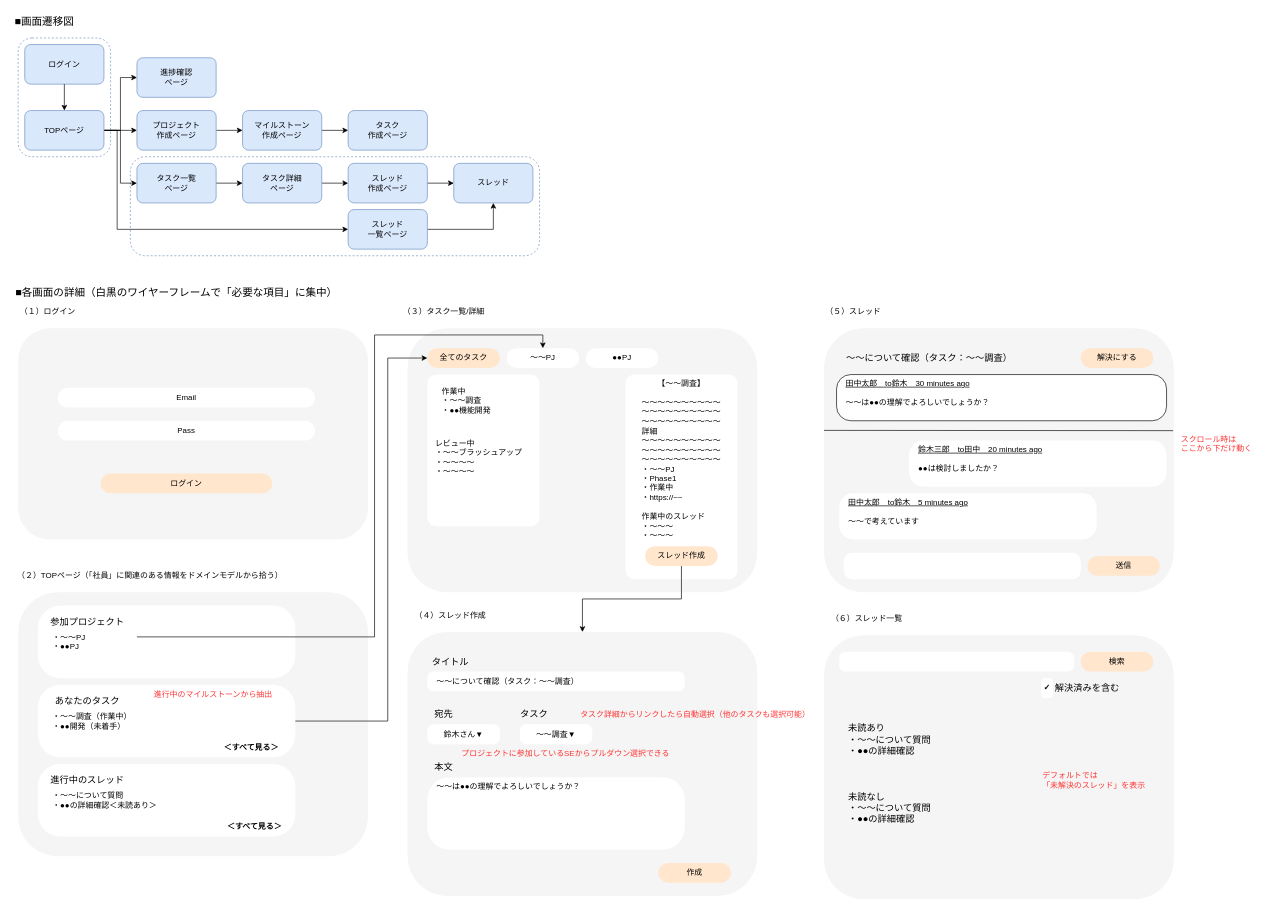
1nanako2/youkenPractice keeps this draw.io diagram as page "画面遷移図" (1 of 2) of 基本設計.drawio. Above is the earlier version. Source tidied: cells renumbered, new cells numbered last; positions are measured from the earlier drawing's top-left corner, leaving out a move shared by most shapes. Both pictures are drawn from the tidied source at 66%, with x=0, y=0 at pixel (11, 11).
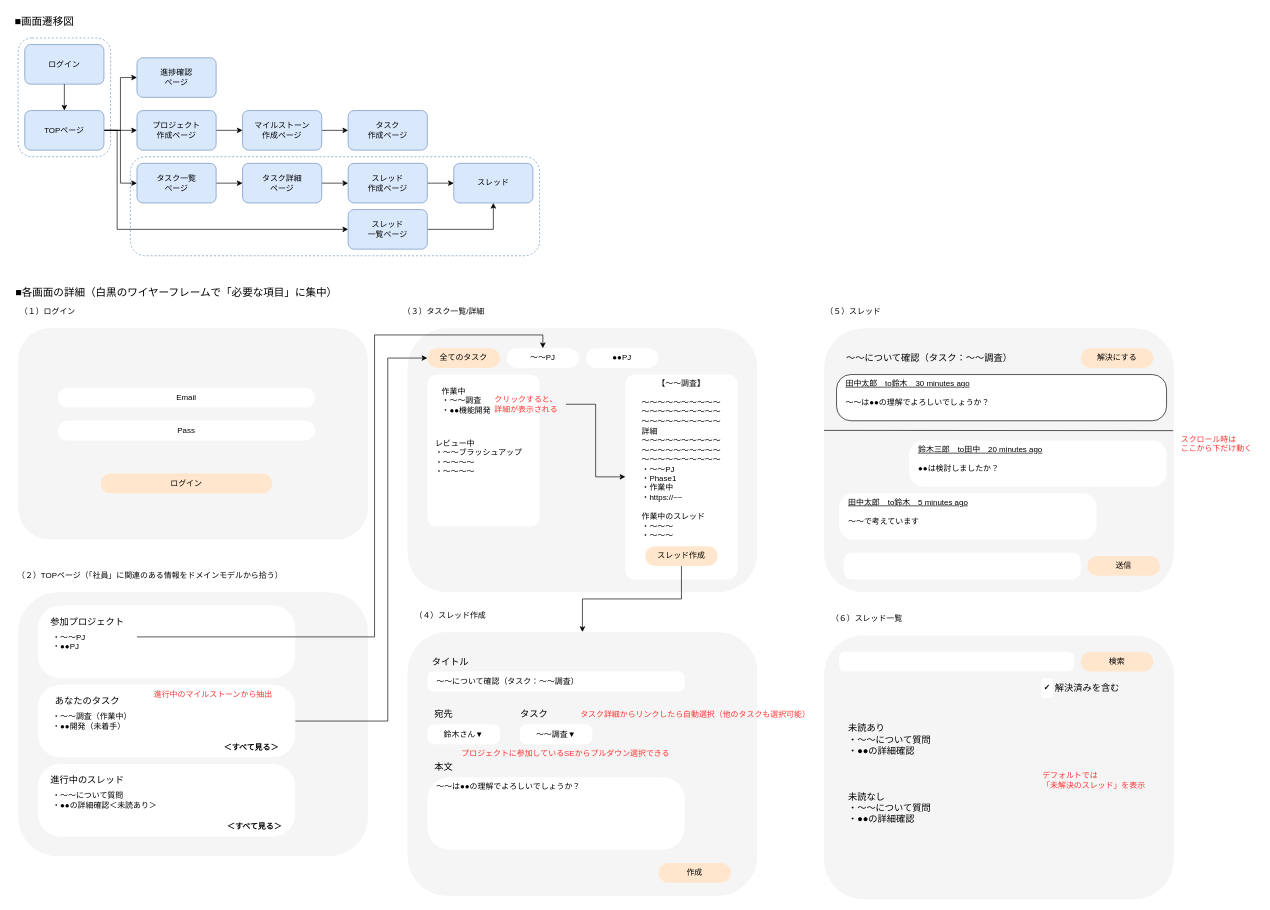
Above is the later version.

Commit message:
基本設計.drawio を更新します（機能一覧を作成）

Unchanged cells that the change refers to:
```xml
<mxCell id="55" value="【～～調査】&lt;br&gt;&lt;br&gt;&lt;div style=&quot;text-align: left;&quot;&gt;&lt;span style=&quot;background-color: initial;&quot;&gt;～～～～～～～～～～&lt;/span&gt;&lt;/div&gt;&lt;div style=&quot;text-align: left;&quot;&gt;&lt;span style=&quot;background-color: initial;&quot;&gt;～～～～～～～～～～&lt;/span&gt;&lt;/div&gt;&lt;div style=&quot;text-align: left;&quot;&gt;&lt;span style=&quot;background-color: initial;&quot;&gt;～～～～～～～～～～&lt;/span&gt;&lt;/div&gt;&lt;div style=&quot;text-align: left;&quot;&gt;&lt;span style=&quot;background-color: initial;&quot;&gt;詳細&lt;/span&gt;&lt;/div&gt;&lt;div style=&quot;text-align: left;&quot;&gt;&lt;span style=&quot;background-color: initial;&quot;&gt;～～～～～～～～～～&lt;/span&gt;&lt;/div&gt;&lt;div style=&quot;text-align: left;&quot;&gt;&lt;span style=&quot;background-color: initial;&quot;&gt;～～～～～～～～～～&lt;/span&gt;&lt;/div&gt;&lt;div style=&quot;text-align: left;&quot;&gt;&lt;span style=&quot;background-color: initial;&quot;&gt;～～～～～～～～～～&lt;/span&gt;&lt;/div&gt;&lt;div style=&quot;text-align: left;&quot;&gt;&lt;span style=&quot;background-color: initial;&quot;&gt;・～～PJ&lt;/span&gt;&lt;/div&gt;&lt;div style=&quot;text-align: left;&quot;&gt;&lt;span style=&quot;background-color: initial;&quot;&gt;・Phase1&lt;/span&gt;&lt;/div&gt;&lt;div style=&quot;text-align: left;&quot;&gt;&lt;span style=&quot;background-color: initial;&quot;&gt;・作業中&lt;/span&gt;&lt;/div&gt;&lt;div style=&quot;text-align: left;&quot;&gt;&lt;span style=&quot;background-color: initial;&quot;&gt;・https://~~&lt;/span&gt;&lt;/div&gt;&lt;div style=&quot;text-align: left;&quot;&gt;&lt;br&gt;&lt;/div&gt;&lt;div style=&quot;text-align: left;&quot;&gt;&lt;span style=&quot;background-color: initial;&quot;&gt;作業中のスレッド&lt;/span&gt;&lt;/div&gt;&lt;div style=&quot;text-align: left;&quot;&gt;&lt;span style=&quot;background-color: initial;&quot;&gt;・～～～&lt;/span&gt;&lt;/div&gt;&lt;div style=&quot;text-align: left;&quot;&gt;&lt;span style=&quot;background-color: initial;&quot;&gt;・～～～&lt;/span&gt;&lt;/div&gt;" style="rounded=1;whiteSpace=wrap;html=1;arcSize=8;strokeColor=none;verticalAlign=top;" parent="1" vertex="1">
  <mxGeometry x="930" y="550" width="170" height="310" as="geometry" />
</mxCell>
```

What changed in the source:
```diff
@@
+    <mxCell id="93" style="edgeStyle=orthogonalEdgeStyle;rounded=0;jettySize=auto;html=1;exitX=1;exitY=0.5;exitDx=0;exitDy=0;" parent="1" edge="1" source="94" target="55">
+      <mxGeometry relative="1" as="geometry" />
+    </mxCell>
+    <mxCell id="94" value="クリックすると、&lt;br&gt;詳細が表示される" style="text;html=1;strokeColor=none;fillColor=none;align=left;verticalAlign=middle;whiteSpace=wrap;rounded=0;fontColor=#FF3333;" parent="1" vertex="1">
+      <mxGeometry x="730" y="580" width="110" height="30" as="geometry" />
+    </mxCell>
```
